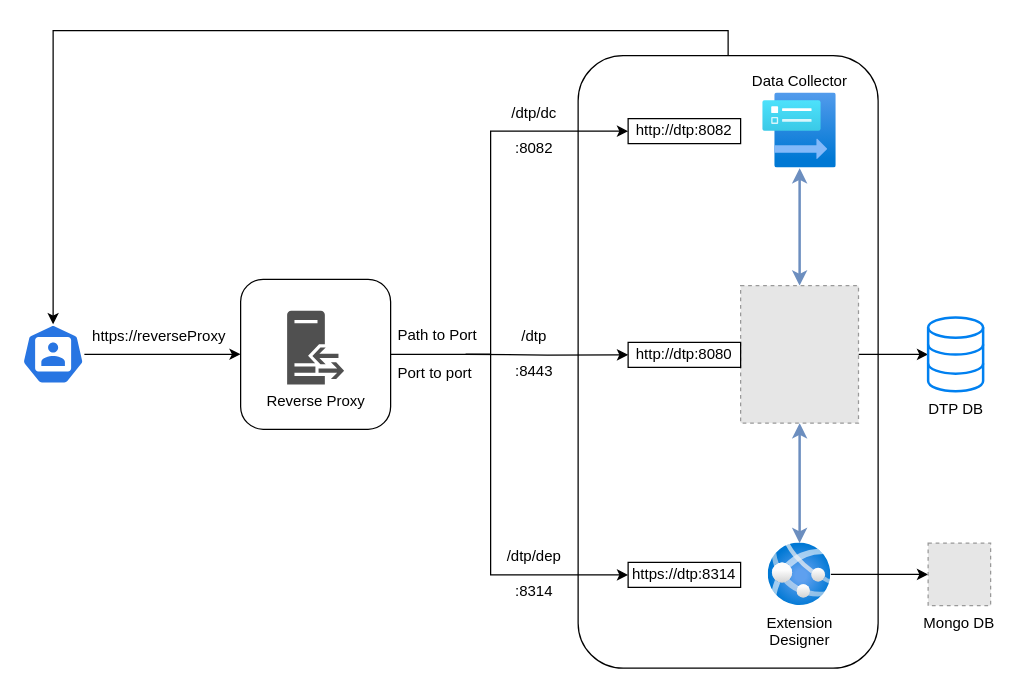
This is dtp-reverse-proxy.drawio from gtrofimov/draw-io-projects, a draw.io file, before an edit. Source tidied: cells renumbered, new cells numbered last; positions are measured from the earlier drawing's top-left corner, leaving out a move shared by most shapes. Both pictures are drawn from the tidied source at 125%, with x=0, y=0 at pixel (21, 30). Pictures stored in the file or linked from it are replaced by grey dashed boxes.
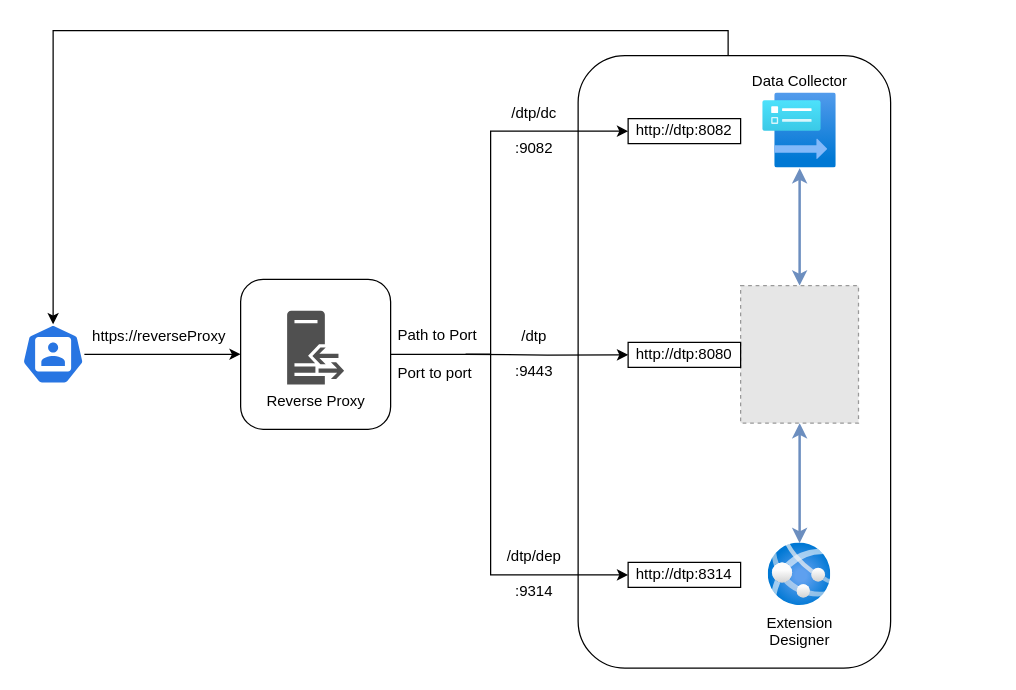
The same diagram, later.

Unchanged cells that the change refers to:
```xml
<mxCell id="12" style="fillColor=#E6E6E6;strokeColor=#999999;dashed=1;verticalLabelPosition=bottom;verticalAlign=top;" parent="1" vertex="1">
  <mxGeometry x="575" y="204" width="94.3" height="110" as="geometry" />
</mxCell>
<mxCell id="16" value="Extension&lt;div&gt;Designer&lt;/div&gt;" style="image;html=1;points=[];align=center;fontSize=12;image=img/lib/azure2/compute/App_Services.svg;" parent="1" vertex="1">
  <mxGeometry x="597.2" y="410" width="50" height="50" as="geometry" />
</mxCell>
```

Change to the diagram source:
```diff
@@
     <mxCell id="2" style="rounded=1;whiteSpace=wrap;html=1;" parent="1" vertex="1">
-      <mxGeometry x="445" y="20" width="240" height="490" as="geometry" />
+      <mxGeometry x="445" y="20" width="250" height="490" as="geometry" />
     </mxCell>
@@
-    <mxCell id="9" style="edgeStyle=orthogonalEdgeStyle;rounded=0;jettySize=auto;html=1;" parent="1" edge="1" source="12" target="14">
-      <mxGeometry relative="1" as="geometry" />
-    </mxCell>
@@
-    <mxCell id="14" value="DTP DB" style="html=1;verticalLabelPosition=bottom;align=center;labelBackgroundColor=#ffffff;verticalAlign=top;strokeWidth=2;strokeColor=#0080F0;shadow=0;dashed=0;shape=mxgraph.ios7.icons.data;" parent="1" vertex="1">
-      <mxGeometry x="725" y="229.4" width="44" height="59.1" as="geometry" />
-    </mxCell>
-    <mxCell id="15" style="edgeStyle=orthogonalEdgeStyle;rounded=0;jettySize=auto;html=1;" parent="1" edge="1" source="16" target="18">
-      <mxGeometry relative="1" as="geometry" />
-    </mxCell>
@@
-    <mxCell id="18" value="Mongo DB" style="fillColor=#E6E6E6;strokeColor=#999999;dashed=1;verticalLabelPosition=bottom;verticalAlign=top;" parent="1" vertex="1">
-      <mxGeometry x="725" y="410" width="50" height="50" as="geometry" />
-    </mxCell>
@@
-    <mxCell id="24" value="https://dtp:8314" style="rounded=0;whiteSpace=wrap;html=1;" parent="1" vertex="1">
+    <mxCell id="24" value="http://dtp:8314" style="rounded=0;whiteSpace=wrap;html=1;" parent="1" vertex="1">
       <mxGeometry x="485" y="425.4" width="90" height="20" as="geometry" />
     </mxCell>
@@
-    <mxCell id="26" value=":8443" style="text;html=1;align=center;verticalAlign=middle;whiteSpace=wrap;rounded=0;" parent="1" vertex="1">
+    <mxCell id="26" value=":9443" style="text;html=1;align=center;verticalAlign=middle;whiteSpace=wrap;rounded=0;" parent="1" vertex="1">
       <mxGeometry x="380" y="263" width="60" height="20" as="geometry" />
     </mxCell>
@@
-    <mxCell id="28" value=":8082" style="text;html=1;align=center;verticalAlign=middle;whiteSpace=wrap;rounded=0;" parent="1" vertex="1">
+    <mxCell id="28" value=":9082" style="text;html=1;align=center;verticalAlign=middle;whiteSpace=wrap;rounded=0;" parent="1" vertex="1">
       <mxGeometry x="380" y="84" width="60" height="20" as="geometry" />
     </mxCell>
@@
-    <mxCell id="30" value=":8314" style="text;html=1;align=center;verticalAlign=middle;whiteSpace=wrap;rounded=0;" parent="1" vertex="1">
+    <mxCell id="30" value=":9314" style="text;html=1;align=center;verticalAlign=middle;whiteSpace=wrap;rounded=0;" parent="1" vertex="1">
       <mxGeometry x="380" y="439" width="60" height="20" as="geometry" />
     </mxCell>
```
